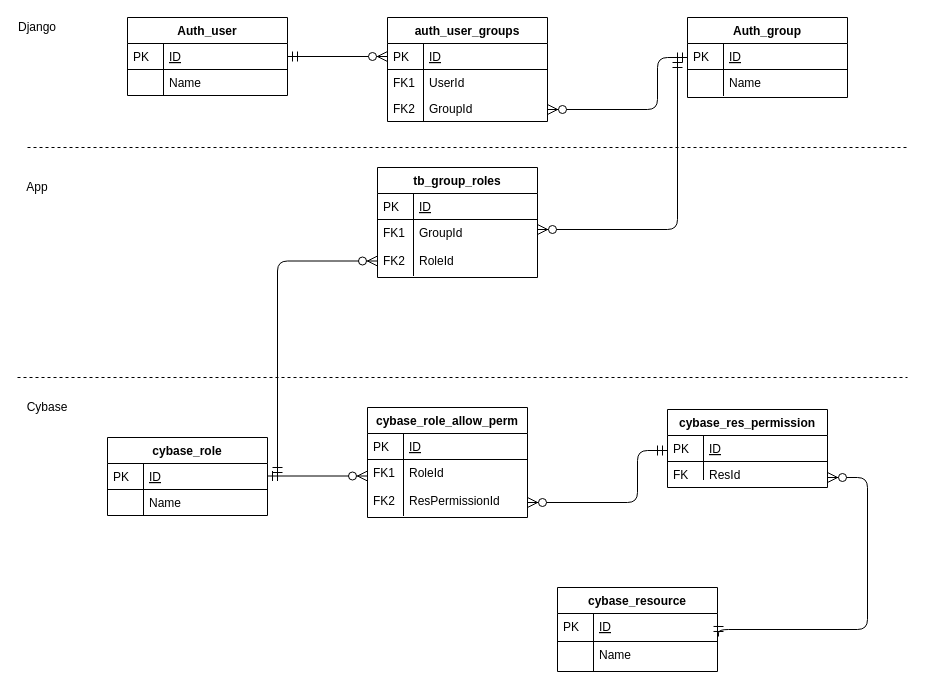
Above: user-role-perm.drawio in sf-test/org-repo (draw.io), before the change. Source tidied: cells renumbered, new cells numbered last; positions are measured from the earlier drawing's top-left corner, leaving out a move shared by most shapes. Both pictures are drawn from the tidied source at 100%, with x=0, y=0 at pixel (17, 17).
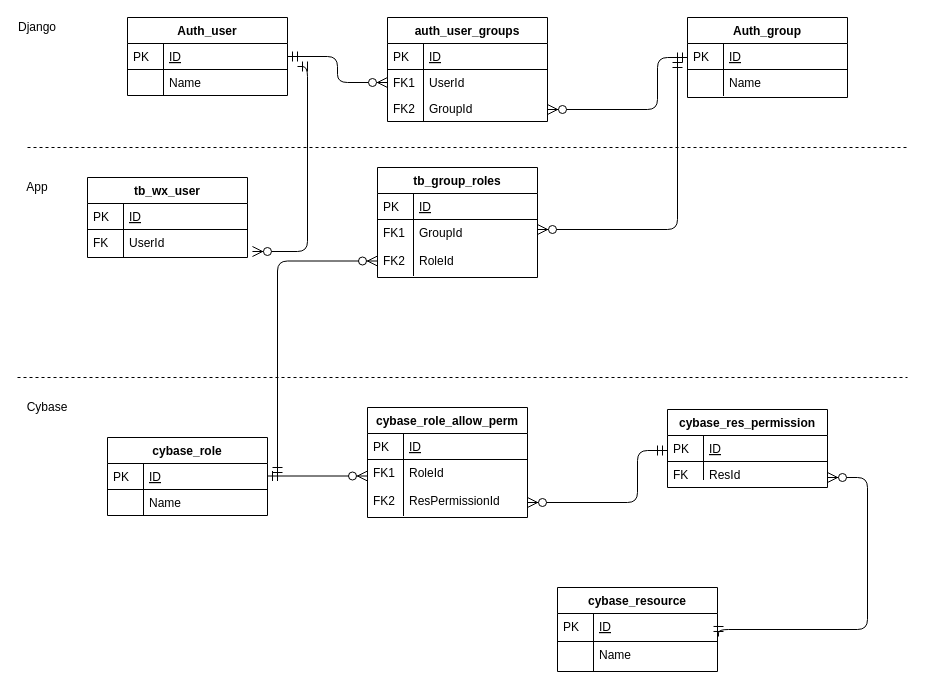
The same page after the edit.

Unchanged cells that the change refers to:
```xml
<mxCell id="3" value="ID" style="shape=partialRectangle;top=0;left=0;right=0;bottom=1;align=left;verticalAlign=top;fillColor=none;spacingLeft=40;spacingRight=4;overflow=hidden;points=[[0,0.5],[1,0.5]];portConstraint=eastwest;rounded=0;shadow=0;strokeWidth=1;fontStyle=4;" parent="2" vertex="1">
  <mxGeometry y="26" width="160" height="26" as="geometry" />
</mxCell>
<mxCell id="5" value="UserId" style="shape=partialRectangle;top=0;left=0;right=0;bottom=0;align=left;verticalAlign=top;fillColor=none;spacingLeft=40;spacingRight=4;overflow=hidden;points=[[0,0.5],[1,0.5]];portConstraint=eastwest;rounded=0;shadow=0;strokeWidth=1;" parent="2" vertex="1">
  <mxGeometry y="52" width="160" height="26" as="geometry" />
</mxCell>
<mxCell id="13" value="ID" style="shape=partialRectangle;top=0;left=0;right=0;bottom=1;align=left;verticalAlign=top;fillColor=none;spacingLeft=40;spacingRight=4;overflow=hidden;points=[[0,0.5],[1,0.5]];portConstraint=eastwest;rounded=0;shadow=0;strokeWidth=1;fontStyle=4;" parent="12" vertex="1">
  <mxGeometry y="26" width="160" height="26" as="geometry" />
</mxCell>
```

The edit, as a diff of the source:
```diff
@@
-    <mxCell id="9" style="edgeStyle=orthogonalEdgeStyle;endArrow=ERzeroToMany;startArrow=ERmandOne;shadow=0;strokeWidth=1;endSize=8;startSize=8;" parent="1" edge="1" source="13" target="3">
+    <mxCell id="9" style="edgeStyle=orthogonalEdgeStyle;endArrow=ERzeroToMany;startArrow=ERmandOne;shadow=0;strokeWidth=1;endSize=8;startSize=8;" parent="1" edge="1" source="13" target="5">
       <mxGeometry relative="1" as="geometry" />
     </mxCell>
@@
+    <mxCell id="60" style="edgeStyle=orthogonalEdgeStyle;endArrow=ERzeroToMany;startArrow=ERmandOne;shadow=0;strokeWidth=1;endSize=8;startSize=8;entryX=1.031;entryY=0.786;entryDx=0;entryDy=0;entryPerimeter=0;" parent="1" edge="1" target="64">
+      <mxGeometry relative="1" as="geometry">
+        <mxPoint x="280" y="49" as="sourcePoint" />
+        <Array as="points">
+          <mxPoint x="290" y="49" />
+          <mxPoint x="290" y="234" />
+        </Array>
+      </mxGeometry>
+    </mxCell>
+    <mxCell id="61" value="tb_wx_user" style="swimlane;fontStyle=1;horizontal=1;startSize=26;rounded=0;shadow=0;strokeWidth=1;" parent="1" vertex="1">
+      <mxGeometry x="70" y="160" width="160" height="80" as="geometry" />
+    </mxCell>
+    <mxCell id="62" value="ID" style="shape=partialRectangle;top=0;left=0;right=0;bottom=1;align=left;verticalAlign=top;fillColor=none;spacingLeft=40;spacingRight=4;overflow=hidden;rounded=0;shadow=0;strokeWidth=1;fontStyle=4;" parent="61" vertex="1">
+      <mxGeometry y="26" width="160" height="26" as="geometry" />
+    </mxCell>
+    <mxCell id="63" value="PK" style="shape=partialRectangle;top=0;left=0;bottom=0;fillColor=none;align=left;verticalAlign=top;spacingLeft=4;spacingRight=4;overflow=hidden;" parent="62" vertex="1">
+      <mxGeometry width="36" height="26" as="geometry" />
+    </mxCell>
+    <mxCell id="64" value="UserId" style="shape=partialRectangle;top=0;left=0;right=0;bottom=0;align=left;verticalAlign=top;fillColor=none;spacingLeft=40;spacingRight=4;overflow=hidden;points=[[0,0.5],[1,0.5]];portConstraint=eastwest;rounded=0;shadow=0;strokeWidth=1;" parent="61" vertex="1">
+      <mxGeometry y="52" width="160" height="28" as="geometry" />
+    </mxCell>
+    <mxCell id="65" value="FK" style="shape=partialRectangle;top=0;left=0;bottom=0;fillColor=none;align=left;verticalAlign=top;spacingLeft=4;spacingRight=4;overflow=hidden;" parent="64" vertex="1">
+      <mxGeometry width="36" height="28" as="geometry" />
+    </mxCell>
```
